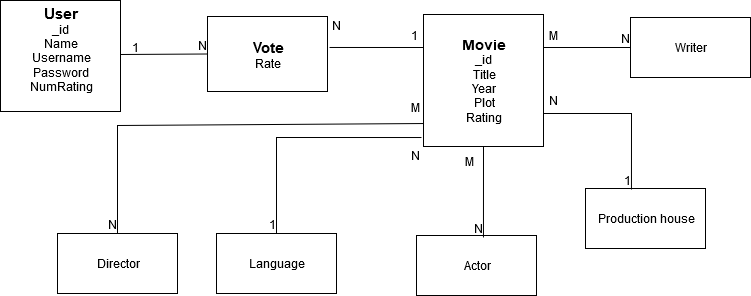
This is doc/images/diagrams/Analysisuml.png from Geghi/Task2, a draw.io export, as it was before one commit. Source tidied: cells renumbered, new cells last; positions are measured from the earlier drawing's top-left corner, leaving out a move shared by most shapes.
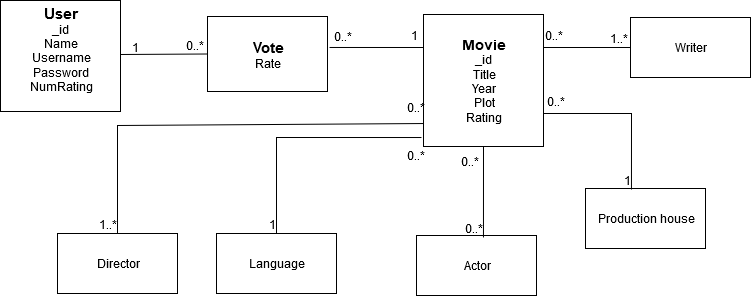
After the commit.

The edit, as a diff of the source:
```diff
@@ -27,20 +27,22 @@
         </Array>
       </mxGeometry>
     </mxCell>
-    <mxCell id="9" value="N" style="html=1;align=right;verticalAlign=bottom;" parent="8" vertex="1">
+    <mxCell id="9" value="1..*" style="html=1;align=right;verticalAlign=bottom;" parent="8" vertex="1">
       <mxGeometry x="1" relative="1" as="geometry" />
     </mxCell>
     <mxCell id="10" style="endArrow=none;html=1;rounded=0;entryX=0.558;entryY=0.033;entryDx=0;entryDy=0;entryPerimeter=0;exitX=0.5;exitY=1;exitDx=0;exitDy=0;" parent="1" edge="1" source="2" target="4">
       <mxGeometry relative="1" as="geometry" />
     </mxCell>
-    <mxCell id="11" value="N" style="html=1;align=right;verticalAlign=bottom;" parent="10" vertex="1">
+    <mxCell id="11" value="0..*" style="html=1;align=right;verticalAlign=bottom;" parent="10" vertex="1">
       <mxGeometry x="1" relative="1" as="geometry" />
     </mxCell>
     <mxCell id="12" style="endArrow=none;html=1;rounded=0;exitX=1;exitY=0.25;exitDx=0;exitDy=0;entryX=0;entryY=0.5;entryDx=0;entryDy=0;" parent="1" edge="1" source="2" target="7">
       <mxGeometry relative="1" as="geometry" />
     </mxCell>
-    <mxCell id="13" value="N" style="html=1;align=right;verticalAlign=bottom;" parent="12" vertex="1">
-      <mxGeometry x="1" relative="1" as="geometry" />
+    <mxCell id="13" value="1..*" style="html=1;align=right;verticalAlign=bottom;" parent="12" vertex="1">
+      <mxGeometry x="1" relative="1" as="geometry">
+        <mxPoint x="-2" as="offset" />
+      </mxGeometry>
     </mxCell>
     <mxCell id="14" value="Language" style="rounded=0;whiteSpace=wrap;html=1;" parent="1" vertex="1">
       <mxGeometry x="216" y="233" width="120" height="60" as="geometry" />
@@ -73,15 +75,17 @@
         <mxPoint x="120" y="54" as="sourcePoint" />
       </mxGeometry>
     </mxCell>
-    <mxCell id="21" value="N" style="html=1;align=right;verticalAlign=bottom;" parent="20" vertex="1">
-      <mxGeometry x="1" relative="1" as="geometry" />
+    <mxCell id="21" value="0..*" style="html=1;align=right;verticalAlign=bottom;" parent="20" vertex="1">
+      <mxGeometry x="1" relative="1" as="geometry">
+        <mxPoint x="-3" as="offset" />
+      </mxGeometry>
     </mxCell>
     <mxCell id="22" style="endArrow=none;html=1;rounded=0;exitX=0;exitY=0.25;exitDx=0;exitDy=0;entryX=1.017;entryY=0.413;entryDx=0;entryDy=0;entryPerimeter=0;" parent="1" edge="1" source="2" target="19">
       <mxGeometry relative="1" as="geometry" />
     </mxCell>
-    <mxCell id="23" value="N" style="html=1;align=right;verticalAlign=bottom;" parent="22" vertex="1">
+    <mxCell id="23" value="0..*" style="html=1;align=right;verticalAlign=bottom;" parent="22" vertex="1">
       <mxGeometry x="1" relative="1" as="geometry">
-        <mxPoint x="12.5" y="-12.9" as="offset" />
+        <mxPoint x="23.5" y="-1.9" as="offset" />
       </mxGeometry>
     </mxCell>
     <mxCell id="24" value="1" style="text;html=1;align=center;verticalAlign=middle;" parent="1" vertex="1">
@@ -90,20 +94,20 @@
     <mxCell id="25" value="1" style="text;html=1;align=center;verticalAlign=middle;" parent="1" vertex="1">
       <mxGeometry x="405" y="26" width="18" height="18" as="geometry" />
     </mxCell>
-    <mxCell id="26" value="M" style="text;html=1;align=center;verticalAlign=middle;" parent="1" vertex="1">
-      <mxGeometry x="539" y="26" width="27" height="18" as="geometry" />
+    <mxCell id="26" value="0..*" style="text;html=1;align=center;verticalAlign=middle;" parent="1" vertex="1">
+      <mxGeometry x="535" y="26" width="36" height="18" as="geometry" />
     </mxCell>
-    <mxCell id="27" value="N" style="text;html=1;align=center;verticalAlign=middle;" parent="1" vertex="1">
-      <mxGeometry x="539" y="91" width="27" height="18" as="geometry" />
+    <mxCell id="27" value="0..*" style="text;html=1;align=center;verticalAlign=middle;" parent="1" vertex="1">
+      <mxGeometry x="537" y="92" width="36" height="18" as="geometry" />
     </mxCell>
-    <mxCell id="28" value="M" style="text;html=1;align=center;verticalAlign=middle;" parent="1" vertex="1">
-      <mxGeometry x="455" y="152" width="27" height="18" as="geometry" />
+    <mxCell id="28" value="0..*" style="text;html=1;align=center;verticalAlign=middle;" parent="1" vertex="1">
+      <mxGeometry x="451" y="152" width="36" height="18" as="geometry" />
     </mxCell>
-    <mxCell id="29" value="N" style="text;html=1;align=center;verticalAlign=middle;" parent="1" vertex="1">
-      <mxGeometry x="401" y="146" width="27" height="18" as="geometry" />
+    <mxCell id="29" value="0..*" style="text;html=1;align=center;verticalAlign=middle;" parent="1" vertex="1">
+      <mxGeometry x="397" y="146" width="36" height="18" as="geometry" />
     </mxCell>
-    <mxCell id="30" value="M" style="text;html=1;align=center;verticalAlign=middle;" parent="1" vertex="1">
-      <mxGeometry x="401" y="98" width="27" height="18" as="geometry" />
+    <mxCell id="30" value="0..*" style="text;html=1;align=center;verticalAlign=middle;" parent="1" vertex="1">
+      <mxGeometry x="397" y="98" width="36" height="18" as="geometry" />
     </mxCell>
   </root>
 </mxGraphModel>
```
